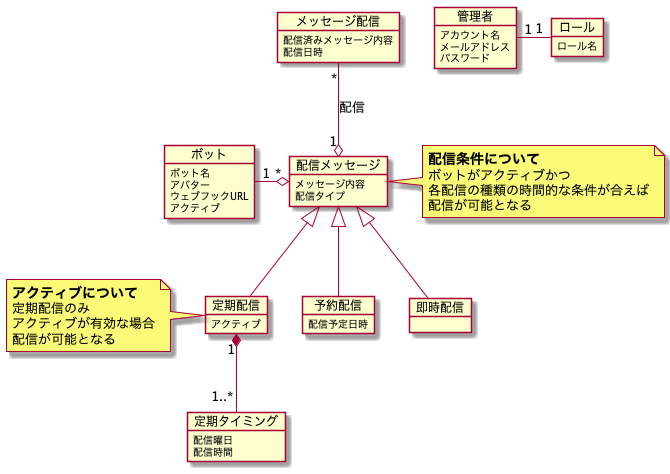
takemo101/dc-scheduler keeps this PlantUML diagram as document/analysis/model.png. Above is the earlier version.
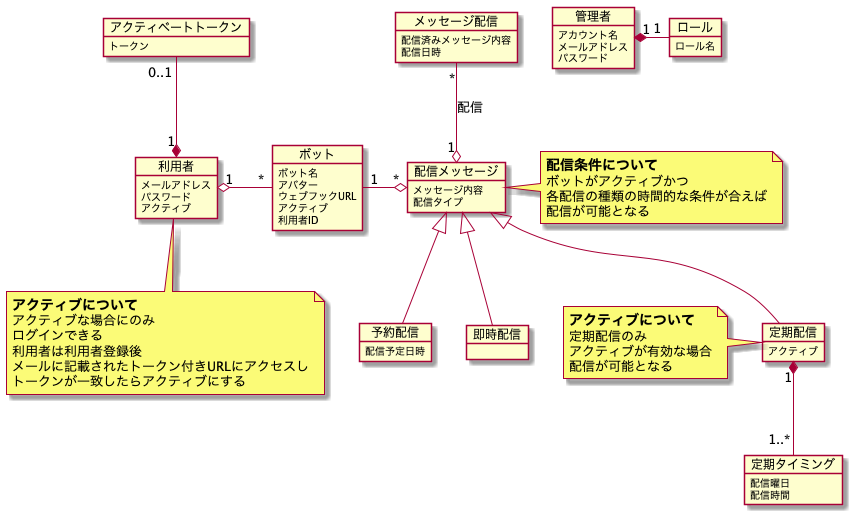
The same diagram one commit later.

The edit, as a diff of the source:
```diff
@@ -5,6 +5,7 @@
     アバター
     ウェブフックURL
     アクティブ
+    利用者ID
 }
 object 配信メッセージ {
     メッセージ内容
@@ -46,7 +47,25 @@
 object ロール {
     ロール名
 }
+object 利用者 {
+    メールアドレス
+    パスワード
+    アクティブ
+}
+note bottom
+=== アクティブについて
+アクティブな場合にのみ
+ログインできる
+利用者は利用者登録後
+メールに記載されたトークン付きURLにアクセスし
+トークンが一致したらアクティブにする
+end note
+object アクティベートトークン {
+    トークン
+}
 
+アクティベートトークン "0..1" --* "1" 利用者
+利用者 "1" o- "*" ボット
 ボット "1" -o "*" 配信メッセージ
 配信メッセージ <|-- 即時配信
 配信メッセージ <|-- 予約配信
@@ -54,6 +73,6 @@
 定期配信 "1" *-- "1..*" 定期タイミング
 メッセージ配信 "*" --o "1" 配信メッセージ : 配信
 
-管理者 "1" - "1" ロール
+管理者 "1" *- "1" ロール
 
 @enduml
```
